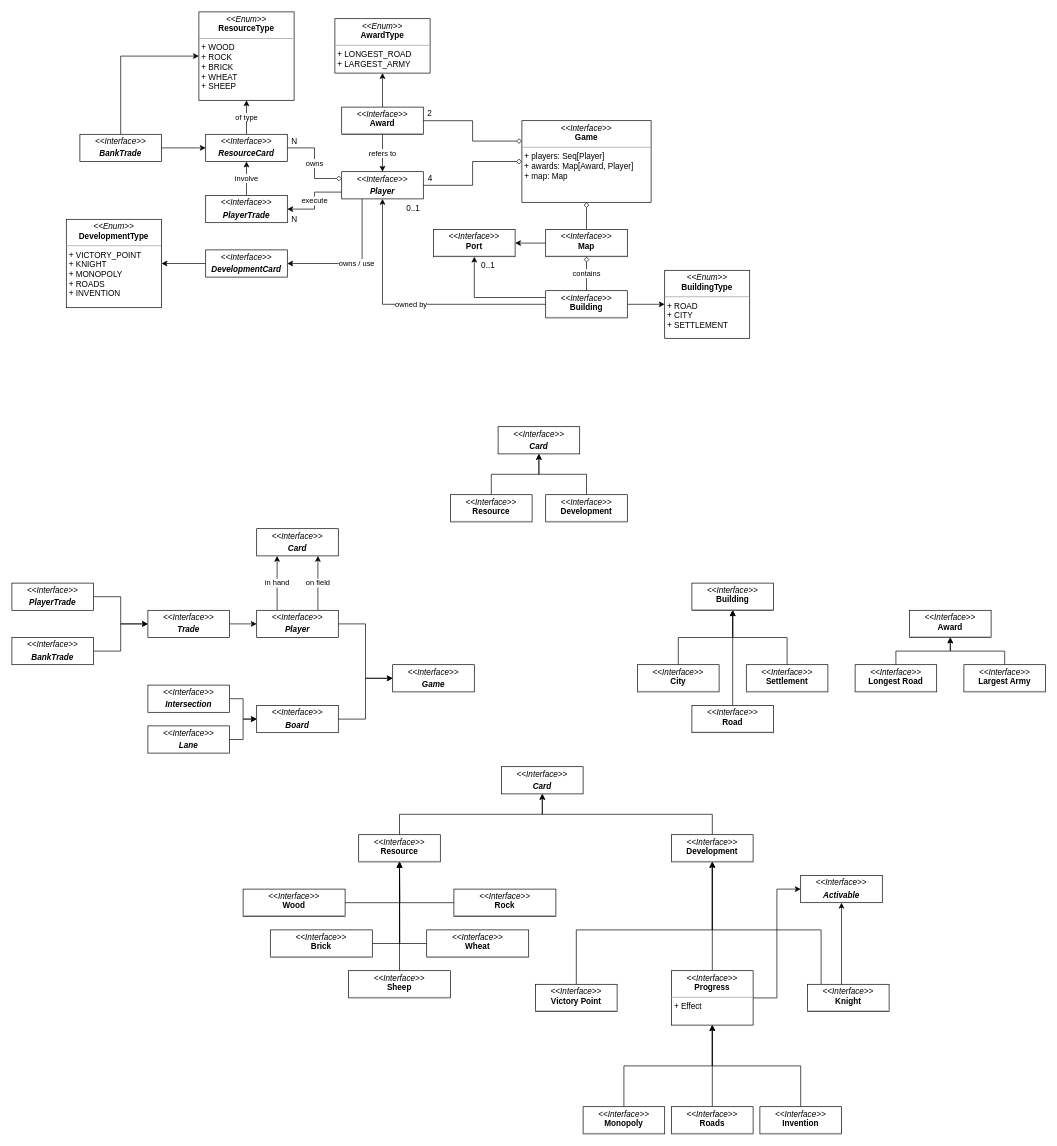
zucchero-sintattico/pps-22-scatan keeps this draw.io diagram as scatan.drawio. Above is the earlier version. Source tidied: cells renumbered, new cells numbered last; positions are measured from the earlier drawing's top-left corner, leaving out a move shared by most shapes. Both pictures are drawn from the tidied source at 68%, with x=0, y=0 at pixel (12, 12).
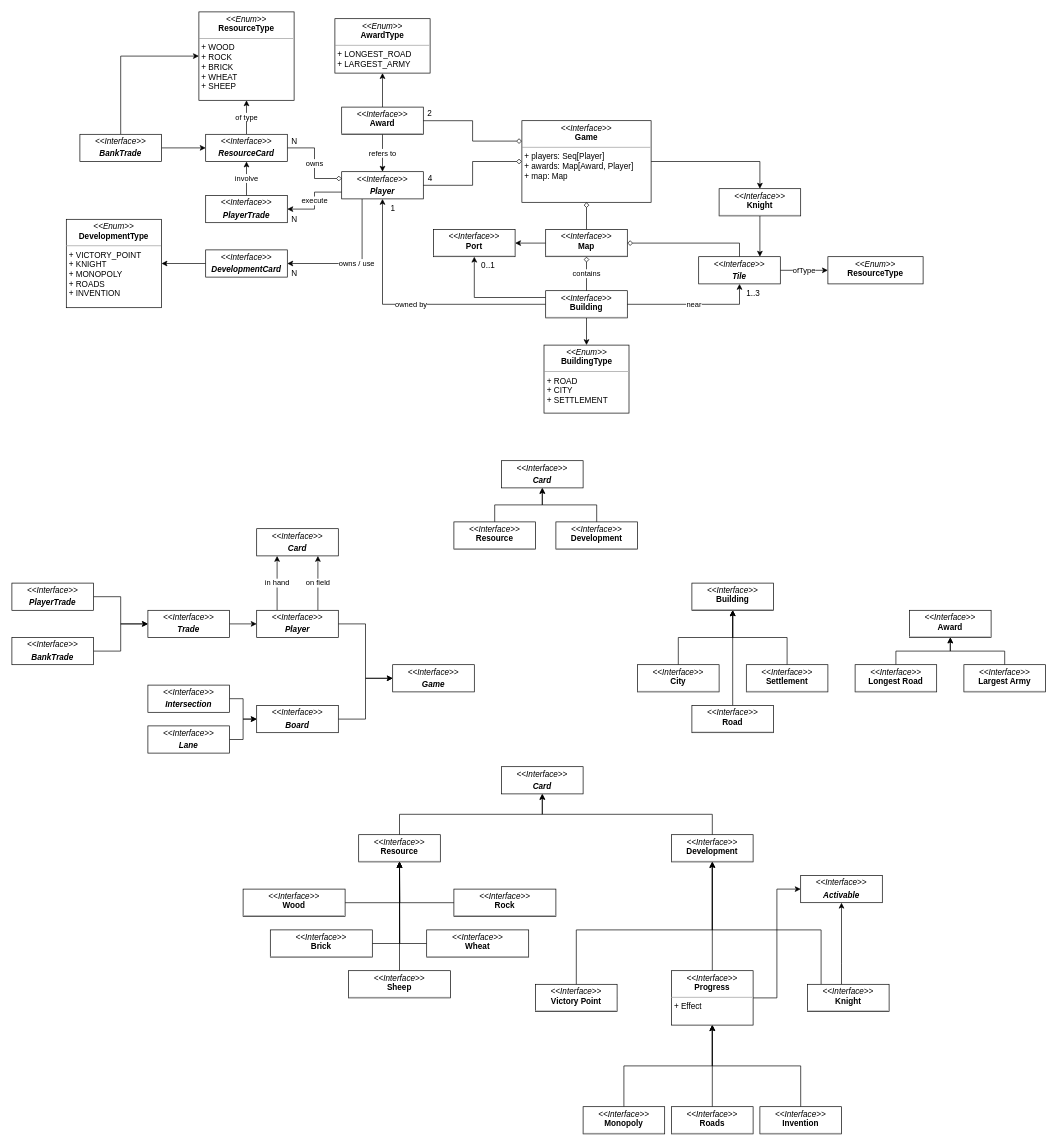
Above is the later version.

The change refers to these unchanged cells:
```xml
<mxCell id="71" value="&lt;p style=&quot;margin:0px;margin-top:4px;text-align:center;&quot;&gt;&lt;i&gt;&amp;lt;&amp;lt;Interface&amp;gt;&amp;gt;&lt;/i&gt;&lt;br&gt;&lt;b&gt;Building&lt;/b&gt;&lt;/p&gt;&lt;hr size=&quot;1&quot;&gt;&lt;p style=&quot;margin:0px;margin-left:4px;&quot;&gt;&lt;br&gt;&lt;/p&gt;" style="verticalAlign=top;align=left;overflow=fill;fontSize=12;fontFamily=Helvetica;html=1;whiteSpace=wrap;" parent="1" vertex="1">
  <mxGeometry x="785" y="410" width="120" height="40" as="geometry" />
</mxCell>
<mxCell id="82" value="&lt;p style=&quot;margin:0px;margin-top:4px;text-align:center;&quot;&gt;&lt;i&gt;&amp;lt;&amp;lt;Interface&amp;gt;&amp;gt;&lt;/i&gt;&lt;br&gt;&lt;b&gt;Game&lt;/b&gt;&lt;/p&gt;&lt;hr size=&quot;1&quot;&gt;&lt;p style=&quot;margin:0px;margin-left:4px;&quot;&gt;+ players: Seq[Player]&lt;/p&gt;&lt;p style=&quot;margin:0px;margin-left:4px;&quot;&gt;+ awards: Map[Award, Player]&lt;/p&gt;&lt;p style=&quot;margin:0px;margin-left:4px;&quot;&gt;+ map: Map&lt;/p&gt;" style="verticalAlign=top;align=left;overflow=fill;fontSize=12;fontFamily=Helvetica;html=1;whiteSpace=wrap;" parent="1" vertex="1">
  <mxGeometry x="750" y="160" width="190" height="120" as="geometry" />
</mxCell>
<mxCell id="86" value="&lt;p style=&quot;margin:0px;margin-top:4px;text-align:center;&quot;&gt;&lt;i&gt;&amp;lt;&amp;lt;Interface&amp;gt;&amp;gt;&lt;/i&gt;&lt;br&gt;&lt;b&gt;Map&lt;/b&gt;&lt;/p&gt;&lt;hr size=&quot;1&quot;&gt;&lt;p style=&quot;margin:0px;margin-left:4px;&quot;&gt;&lt;br&gt;&lt;/p&gt;" style="verticalAlign=top;align=left;overflow=fill;fontSize=12;fontFamily=Helvetica;html=1;whiteSpace=wrap;" parent="1" vertex="1">
  <mxGeometry x="785" y="320" width="120" height="40" as="geometry" />
</mxCell>
```

Change to the diagram source:
```diff
@@
     <mxCell id="63" value="&lt;p style=&quot;margin:0px;margin-top:4px;text-align:center;&quot;&gt;&lt;i&gt;&amp;lt;&amp;lt;Interface&amp;gt;&amp;gt;&lt;/i&gt;&lt;br&gt;&lt;/p&gt;&lt;p style=&quot;margin:0px;margin-top:4px;text-align:center;&quot;&gt;&lt;i&gt;&lt;b&gt;Card&lt;/b&gt;&lt;/i&gt;&lt;/p&gt;&lt;p style=&quot;margin:0px;margin-left:4px;&quot;&gt;&lt;br&gt;&lt;/p&gt;" style="verticalAlign=top;align=left;overflow=fill;fontSize=12;fontFamily=Helvetica;html=1;whiteSpace=wrap;" parent="1" vertex="1">
-      <mxGeometry x="715" y="610" width="120" height="40" as="geometry" />
+      <mxGeometry x="720" y="660" width="120" height="40" as="geometry" />
     </mxCell>
@@
     <mxCell id="65" value="&lt;p style=&quot;margin:0px;margin-top:4px;text-align:center;&quot;&gt;&lt;i&gt;&amp;lt;&amp;lt;Interface&amp;gt;&amp;gt;&lt;/i&gt;&lt;br&gt;&lt;b&gt;Resource&lt;/b&gt;&lt;/p&gt;&lt;hr size=&quot;1&quot;&gt;&lt;p style=&quot;margin:0px;margin-left:4px;&quot;&gt;&lt;br&gt;&lt;/p&gt;" style="verticalAlign=top;align=left;overflow=fill;fontSize=12;fontFamily=Helvetica;html=1;whiteSpace=wrap;" parent="1" vertex="1">
-      <mxGeometry x="645" y="710" width="120" height="40" as="geometry" />
+      <mxGeometry x="650" y="750" width="120" height="40" as="geometry" />
     </mxCell>
@@
     <mxCell id="67" value="&lt;p style=&quot;margin:0px;margin-top:4px;text-align:center;&quot;&gt;&lt;i&gt;&amp;lt;&amp;lt;Interface&amp;gt;&amp;gt;&lt;/i&gt;&lt;br&gt;&lt;b&gt;Development&lt;/b&gt;&lt;/p&gt;&lt;hr size=&quot;1&quot;&gt;&lt;p style=&quot;margin:0px;margin-left:4px;&quot;&gt;&lt;br&gt;&lt;/p&gt;" style="verticalAlign=top;align=left;overflow=fill;fontSize=12;fontFamily=Helvetica;html=1;whiteSpace=wrap;" parent="1" vertex="1">
-      <mxGeometry x="785" y="710" width="120" height="40" as="geometry" />
+      <mxGeometry x="800" y="750" width="120" height="40" as="geometry" />
     </mxCell>
@@
-    <mxCell id="70" style="edgeStyle=orthogonalEdgeStyle;rounded=0;jettySize=auto;html=1;exitX=1;exitY=0.5;exitDx=0;exitDy=0;entryX=0;entryY=0.5;entryDx=0;entryDy=0;" parent="1" edge="1" source="71" target="103">
+    <mxCell id="70" style="edgeStyle=orthogonalEdgeStyle;rounded=0;jettySize=auto;html=1;exitX=0.5;exitY=1;exitDx=0;exitDy=0;entryX=0.5;entryY=0;entryDx=0;entryDy=0;" parent="1" edge="1" source="71" target="103">
       <mxGeometry relative="1" as="geometry" />
     </mxCell>
@@
+    <mxCell id="105" style="edgeStyle=orthogonalEdgeStyle;rounded=0;jettySize=auto;html=1;exitX=1;exitY=0.5;exitDx=0;exitDy=0;entryX=0.5;entryY=0;entryDx=0;entryDy=0;" parent="1" edge="1" source="82" target="113">
+      <mxGeometry relative="1" as="geometry" />
+    </mxCell>
@@
+    <mxCell id="106" style="edgeStyle=orthogonalEdgeStyle;rounded=0;jettySize=auto;html=1;exitX=1;exitY=0.5;exitDx=0;exitDy=0;entryX=0.5;entryY=0;entryDx=0;entryDy=0;endArrow=none;endFill=0;startArrow=diamond;startFill=0;" parent="1" edge="1" source="86" target="109">
+      <mxGeometry relative="1" as="geometry" />
+    </mxCell>
@@
-    <mxCell id="101" value="0..1" style="text;html=1;align=center;verticalAlign=middle;strokeColor=none;fillColor=none;" parent="1" vertex="1">
-      <mxGeometry x="570" y="275" width="40" height="30" as="geometry" />
+    <mxCell id="101" value="1" style="text;html=1;align=center;verticalAlign=middle;strokeColor=none;fillColor=none;" parent="1" vertex="1">
+      <mxGeometry x="545" y="275" width="30" height="30" as="geometry" />
     </mxCell>
@@
+    <mxCell id="107" value="near" style="edgeStyle=orthogonalEdgeStyle;rounded=0;jettySize=auto;html=1;exitX=1;exitY=0.5;exitDx=0;exitDy=0;entryX=0.5;entryY=1;entryDx=0;entryDy=0;" parent="1" edge="1" source="71" target="109">
+      <mxGeometry relative="1" as="geometry" />
+    </mxCell>
     <mxCell id="103" value="&lt;p style=&quot;margin:0px;margin-top:4px;text-align:center;&quot;&gt;&lt;i&gt;&amp;lt;&amp;lt;Enum&amp;gt;&amp;gt;&lt;/i&gt;&lt;br&gt;&lt;b&gt;BuildingType&lt;/b&gt;&lt;/p&gt;&lt;hr size=&quot;1&quot;&gt;&lt;p style=&quot;margin:0px;margin-left:4px;&quot;&gt;+ ROAD&lt;/p&gt;&lt;p style=&quot;margin:0px;margin-left:4px;&quot;&gt;+ CITY&lt;/p&gt;&lt;p style=&quot;margin:0px;margin-left:4px;&quot;&gt;+ SETTLEMENT&lt;/p&gt;" style="verticalAlign=top;align=left;overflow=fill;fontSize=12;fontFamily=Helvetica;html=1;whiteSpace=wrap;" parent="1" vertex="1">
-      <mxGeometry x="960" y="380" width="125" height="100" as="geometry" />
+      <mxGeometry x="782.5" y="490" width="125" height="100" as="geometry" />
     </mxCell>
@@
+    <mxCell id="108" value="ofType" style="edgeStyle=orthogonalEdgeStyle;rounded=0;jettySize=auto;html=1;exitX=1;exitY=0.5;exitDx=0;exitDy=0;entryX=0;entryY=0.5;entryDx=0;entryDy=0;" parent="1" edge="1" source="109" target="111">
+      <mxGeometry relative="1" as="geometry" />
+    </mxCell>
+    <mxCell id="109" value="&lt;p style=&quot;margin:0px;margin-top:4px;text-align:center;&quot;&gt;&lt;i&gt;&amp;lt;&amp;lt;Interface&amp;gt;&amp;gt;&lt;/i&gt;&lt;br&gt;&lt;/p&gt;&lt;p style=&quot;margin:0px;margin-top:4px;text-align:center;&quot;&gt;&lt;i&gt;&lt;b&gt;Tile&lt;/b&gt;&lt;/i&gt;&lt;/p&gt;&lt;p style=&quot;margin:0px;margin-left:4px;&quot;&gt;&lt;br&gt;&lt;/p&gt;" style="verticalAlign=top;align=left;overflow=fill;fontSize=12;fontFamily=Helvetica;html=1;whiteSpace=wrap;" parent="1" vertex="1">
+      <mxGeometry x="1010" y="360" width="120" height="40" as="geometry" />
+    </mxCell>
+    <mxCell id="110" value="1..3" style="text;html=1;align=center;verticalAlign=middle;strokeColor=none;fillColor=none;" parent="1" vertex="1">
+      <mxGeometry x="1070" y="400" width="40" height="30" as="geometry" />
+    </mxCell>
+    <mxCell id="111" value="&lt;p style=&quot;margin:0px;margin-top:4px;text-align:center;&quot;&gt;&lt;i&gt;&amp;lt;&amp;lt;Enum&amp;gt;&amp;gt;&lt;/i&gt;&lt;br&gt;&lt;b&gt;ResourceType&lt;/b&gt;&lt;/p&gt;&lt;p style=&quot;margin:0px;margin-left:4px;&quot;&gt;&lt;br&gt;&lt;/p&gt;" style="verticalAlign=top;align=left;overflow=fill;fontSize=12;fontFamily=Helvetica;html=1;whiteSpace=wrap;" parent="1" vertex="1">
+      <mxGeometry x="1200" y="360" width="140" height="40" as="geometry" />
+    </mxCell>
+    <mxCell id="112" style="edgeStyle=orthogonalEdgeStyle;rounded=0;jettySize=auto;html=1;exitX=0.5;exitY=1;exitDx=0;exitDy=0;entryX=0.75;entryY=0;entryDx=0;entryDy=0;" parent="1" edge="1" source="113" target="109">
+      <mxGeometry relative="1" as="geometry" />
+    </mxCell>
+    <mxCell id="113" value="&lt;p style=&quot;margin:0px;margin-top:4px;text-align:center;&quot;&gt;&lt;i&gt;&amp;lt;&amp;lt;Interface&amp;gt;&amp;gt;&lt;/i&gt;&lt;br&gt;&lt;b&gt;Knight&lt;/b&gt;&lt;/p&gt;&lt;hr size=&quot;1&quot;&gt;&lt;p style=&quot;margin:0px;margin-left:4px;&quot;&gt;&lt;br&gt;&lt;/p&gt;" style="verticalAlign=top;align=left;overflow=fill;fontSize=12;fontFamily=Helvetica;html=1;whiteSpace=wrap;" parent="1" vertex="1">
+      <mxGeometry x="1040" y="260" width="120" height="40" as="geometry" />
+    </mxCell>
+    <mxCell id="114" value="N" style="text;html=1;align=center;verticalAlign=middle;strokeColor=none;fillColor=none;" parent="1" vertex="1">
+      <mxGeometry x="400" y="370" width="30" height="30" as="geometry" />
+    </mxCell>
```
